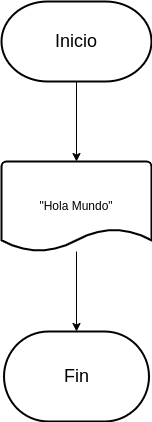
Before: diagrama.png, a diagram exported from draw.io (Jav-mol/Diagramas). Source tidied: cells renumbered, new cells last; positions are measured from the earlier drawing's top-left corner, leaving out a move shared by most shapes. Source of this version:
```xml
<mxGraphModel>
  <root>
    <mxCell id="0" />
    <mxCell id="1" parent="0" />
    <mxCell id="2" style="edgeStyle=orthogonalEdgeStyle;rounded=0;jettySize=auto;html=1;" parent="1" edge="1" source="3" target="5">
      <mxGeometry relative="1" as="geometry" />
    </mxCell>
    <mxCell id="3" value="&lt;font style=&quot;font-size: 18px;&quot;&gt;Inicio&lt;/font&gt;" style="strokeWidth=2;html=1;shape=mxgraph.flowchart.terminator;whiteSpace=wrap;" parent="1" vertex="1">
      <mxGeometry width="150" height="80" as="geometry" />
    </mxCell>
    <mxCell id="4" style="edgeStyle=orthogonalEdgeStyle;rounded=0;jettySize=auto;html=1;" parent="1" edge="1" source="5" target="6">
      <mxGeometry relative="1" as="geometry" />
    </mxCell>
    <mxCell id="5" value="&quot;Hola Mundo&quot;" style="strokeWidth=2;html=1;shape=mxgraph.flowchart.document2;whiteSpace=wrap;size=0.25;" parent="1" vertex="1">
      <mxGeometry y="160" width="150" height="90" as="geometry" />
    </mxCell>
    <mxCell id="6" value="&lt;font style=&quot;font-size: 18px;&quot;&gt;Fin&lt;/font&gt;" style="strokeWidth=2;html=1;shape=mxgraph.flowchart.terminator;whiteSpace=wrap;" parent="1" vertex="1">
      <mxGeometry x="2.5" y="330" width="145" height="90" as="geometry" />
    </mxCell>
  </root>
</mxGraphModel>
```
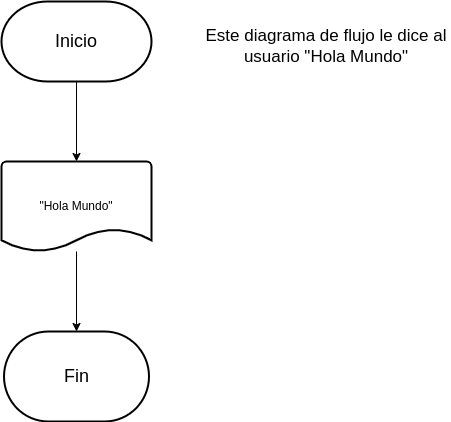
The same file after the commit.

Diff of the diagram source:
```diff
@@ -17,5 +17,8 @@
     <mxCell id="6" value="&lt;font style=&quot;font-size: 18px;&quot;&gt;Fin&lt;/font&gt;" style="strokeWidth=2;html=1;shape=mxgraph.flowchart.terminator;whiteSpace=wrap;" parent="1" vertex="1">
       <mxGeometry x="2.5" y="330" width="145" height="90" as="geometry" />
     </mxCell>
+    <mxCell id="7" value="&lt;span style=&quot;text-align: left;&quot;&gt;&lt;font style=&quot;font-size: 17px;&quot;&gt;Este diagrama de flujo le dice al usuario &quot;Hola Mundo&quot;&lt;/font&gt;&lt;/span&gt;" style="text;strokeColor=none;align=center;fillColor=none;html=1;verticalAlign=middle;whiteSpace=wrap;rounded=0;strokeWidth=1;" parent="1" vertex="1">
+      <mxGeometry x="200" y="10" width="250" height="70" as="geometry" />
+    </mxCell>
   </root>
 </mxGraphModel>
```
